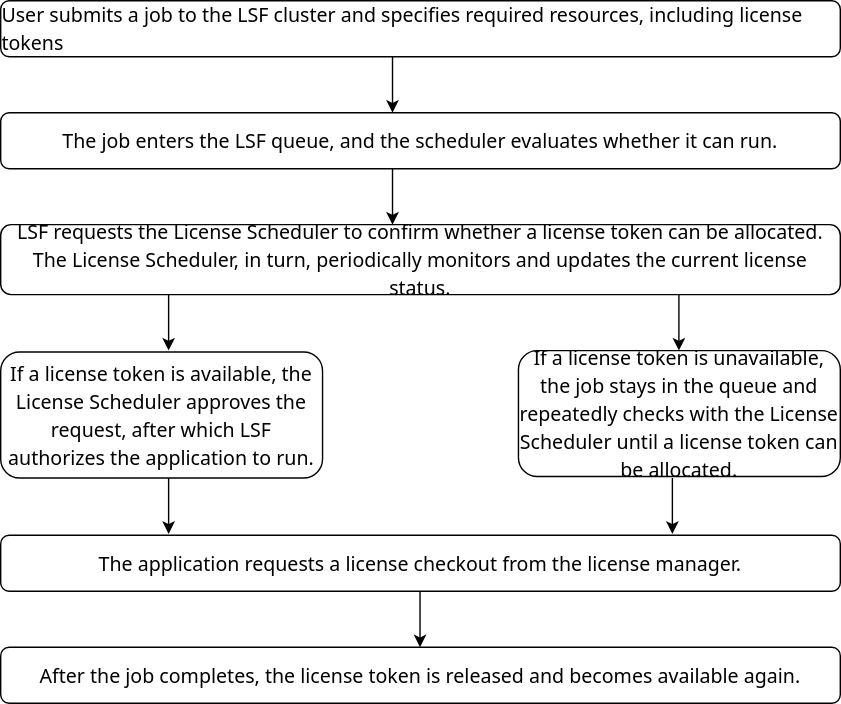
Before: images/LSF-scheduler-flowchart.svg, a diagram exported from draw.io (ibm-cloud-docs/hpc-ibm-spectrumlsf). Source tidied: cells renumbered, new cells last; positions are measured from the earlier drawing's top-left corner, leaving out a move shared by most shapes. Source of this version:
```xml
<mxGraphModel>
  <root>
    <mxCell id="0" />
    <mxCell id="1" parent="0" />
    <mxCell id="2" value="&lt;div style=&quot;text-align: start; font-family: &amp;quot;Segoe UI&amp;quot;; font-size: 14px; line-height: 20px;&quot;&gt;User submits a job to the LSF cluster and specifies required resources, including license tokens&lt;/div&gt;" style="rounded=1;whiteSpace=wrap;html=1;fillColor=default;" parent="1" vertex="1">
      <mxGeometry width="600" height="40" as="geometry" />
    </mxCell>
    <mxCell id="3" value="&lt;div style=&quot;text-align: start; font-family: &amp;quot;Segoe UI&amp;quot;; font-size: 14px; line-height: 20px;&quot;&gt;The job enters the LSF queue, and the scheduler&amp;nbsp;&lt;span style=&quot;background-color: transparent; color: light-dark(rgb(0, 0, 0), rgb(255, 255, 255));&quot;&gt;evaluates&lt;/span&gt;&lt;span style=&quot;background-color: transparent; color: light-dark(rgb(0, 0, 0), rgb(255, 255, 255));&quot;&gt;&amp;nbsp;whether it can run.&lt;/span&gt;&lt;br&gt;&lt;/div&gt;" style="rounded=1;whiteSpace=wrap;html=1;" parent="1" vertex="1">
      <mxGeometry y="80" width="600" height="40" as="geometry" />
    </mxCell>
    <mxCell id="4" value="&lt;div style=&quot;font-family: &amp;quot;Segoe UI&amp;quot;; font-size: 14px; line-height: 20px;&quot;&gt;LSF requests the License Scheduler to confirm whether a license token can be allocated. The License Scheduler, in turn, periodically monitors and updates the current license status.&lt;/div&gt;" style="rounded=1;whiteSpace=wrap;html=1;align=center;" parent="1" vertex="1">
      <mxGeometry y="160" width="600" height="50" as="geometry" />
    </mxCell>
    <mxCell id="5" value="&lt;div style=&quot;font-family: &amp;quot;Segoe UI&amp;quot;; font-size: 14px; line-height: 20px;&quot;&gt;If a license token is available, the License Scheduler approves the request, after which LSF authorizes the application to run.&lt;/div&gt;" style="rounded=1;whiteSpace=wrap;html=1;align=center;" parent="1" vertex="1">
      <mxGeometry y="251" width="230" height="90" as="geometry" />
    </mxCell>
    <mxCell id="6" value="&lt;div style=&quot;text-align: start; font-family: &amp;quot;Segoe UI&amp;quot;; font-size: 14px; line-height: 20px;&quot;&gt;The application requests a license checkout from the license manager.&lt;/div&gt;" style="rounded=1;whiteSpace=wrap;html=1;" parent="1" vertex="1">
      <mxGeometry y="382" width="600" height="40" as="geometry" />
    </mxCell>
    <mxCell id="7" value="&lt;div style=&quot;text-align: start; font-family: &amp;quot;Segoe UI&amp;quot;; font-size: 14px; line-height: 20px;&quot;&gt;After the job completes,&amp;nbsp;&lt;span style=&quot;background-color: transparent; color: light-dark(rgb(0, 0, 0), rgb(255, 255, 255));&quot;&gt;the license token is released and becomes available again.&lt;/span&gt;&lt;/div&gt;" style="rounded=1;whiteSpace=wrap;html=1;" parent="1" vertex="1">
      <mxGeometry y="462" width="600" height="40" as="geometry" />
    </mxCell>
    <mxCell id="8" value="&lt;div style=&quot;font-family: &amp;quot;Segoe UI&amp;quot;; font-size: 14px; line-height: 20px;&quot;&gt;&lt;div style=&quot;line-height: 20px;&quot;&gt;If a license token is unavailable, the job stays in the queue and repeatedly checks with the License Scheduler until a license token can be allocated.&lt;/div&gt;&lt;/div&gt;" style="rounded=1;whiteSpace=wrap;html=1;align=center;" parent="1" vertex="1">
      <mxGeometry x="370" y="250" width="230" height="90" as="geometry" />
    </mxCell>
    <mxCell id="9" style="endArrow=classic;html=1;rounded=0;" parent="1" edge="1">
      <mxGeometry relative="1" as="geometry">
        <mxPoint x="280" y="40" as="sourcePoint" />
        <mxPoint x="280" y="80" as="targetPoint" />
      </mxGeometry>
    </mxCell>
    <mxCell id="10" style="endArrow=classic;html=1;rounded=0;" parent="1" edge="1">
      <mxGeometry relative="1" as="geometry">
        <mxPoint x="280" y="120" as="sourcePoint" />
        <mxPoint x="280" y="160" as="targetPoint" />
      </mxGeometry>
    </mxCell>
    <mxCell id="11" style="endArrow=classic;html=1;rounded=0;" parent="1" edge="1">
      <mxGeometry relative="1" as="geometry">
        <mxPoint x="120" y="210" as="sourcePoint" />
        <mxPoint x="120" y="250" as="targetPoint" />
      </mxGeometry>
    </mxCell>
    <mxCell id="12" style="endArrow=classic;html=1;rounded=0;" parent="1" edge="1">
      <mxGeometry relative="1" as="geometry">
        <mxPoint x="484.7" y="210" as="sourcePoint" />
        <mxPoint x="484.7" y="250" as="targetPoint" />
      </mxGeometry>
    </mxCell>
    <mxCell id="13" style="endArrow=classic;html=1;rounded=0;" parent="1" edge="1">
      <mxGeometry relative="1" as="geometry">
        <mxPoint x="120" y="341" as="sourcePoint" />
        <mxPoint x="120" y="381" as="targetPoint" />
      </mxGeometry>
    </mxCell>
    <mxCell id="14" style="endArrow=classic;html=1;rounded=0;" parent="1" edge="1">
      <mxGeometry relative="1" as="geometry">
        <mxPoint x="480" y="341" as="sourcePoint" />
        <mxPoint x="480" y="381" as="targetPoint" />
      </mxGeometry>
    </mxCell>
    <mxCell id="15" style="endArrow=classic;html=1;rounded=0;" parent="1" edge="1">
      <mxGeometry relative="1" as="geometry">
        <mxPoint x="299.7" y="422" as="sourcePoint" />
        <mxPoint x="299.7" y="462" as="targetPoint" />
      </mxGeometry>
    </mxCell>
  </root>
</mxGraphModel>
```
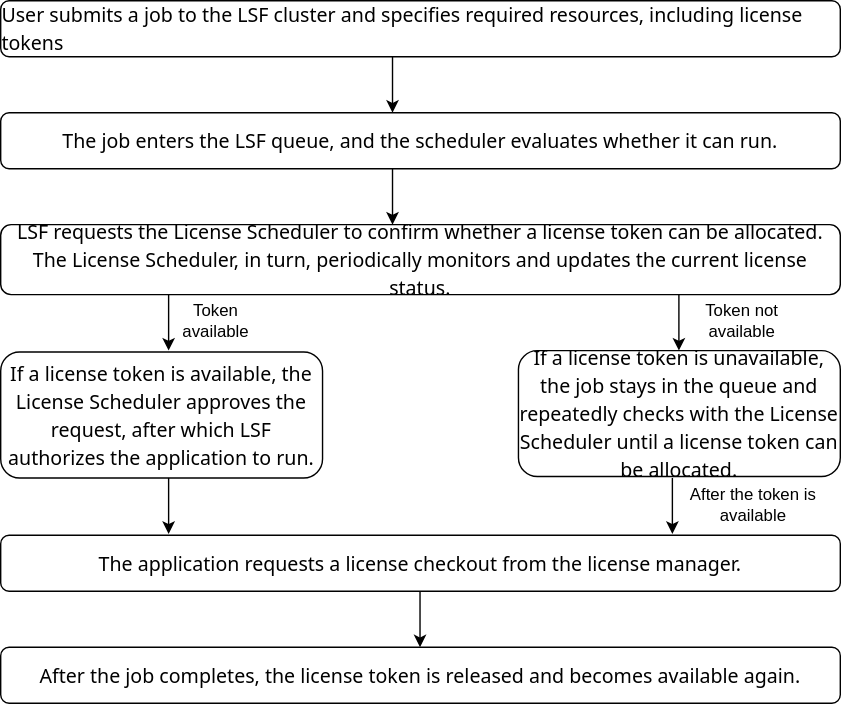
Above is the later version.

What changed in the source:
```diff
@@ -65,5 +65,14 @@
         <mxPoint x="299.7" y="462" as="targetPoint" />
       </mxGeometry>
     </mxCell>
+    <mxCell id="16" value="Token available" style="text;html=1;whiteSpace=wrap;strokeColor=none;fillColor=none;align=center;verticalAlign=middle;rounded=0;" parent="1" vertex="1">
+      <mxGeometry x="124" y="214" width="60" height="30" as="geometry" />
+    </mxCell>
+    <mxCell id="17" value="Token not available" style="text;html=1;whiteSpace=wrap;strokeColor=none;fillColor=none;align=center;verticalAlign=middle;rounded=0;" parent="1" vertex="1">
+      <mxGeometry x="500" y="214" width="60" height="30" as="geometry" />
+    </mxCell>
+    <mxCell id="18" value="After the token is available" style="text;html=1;whiteSpace=wrap;strokeColor=none;fillColor=none;align=center;verticalAlign=middle;rounded=0;" parent="1" vertex="1">
+      <mxGeometry x="488" y="345" width="100" height="30" as="geometry" />
+    </mxCell>
   </root>
 </mxGraphModel>
```
